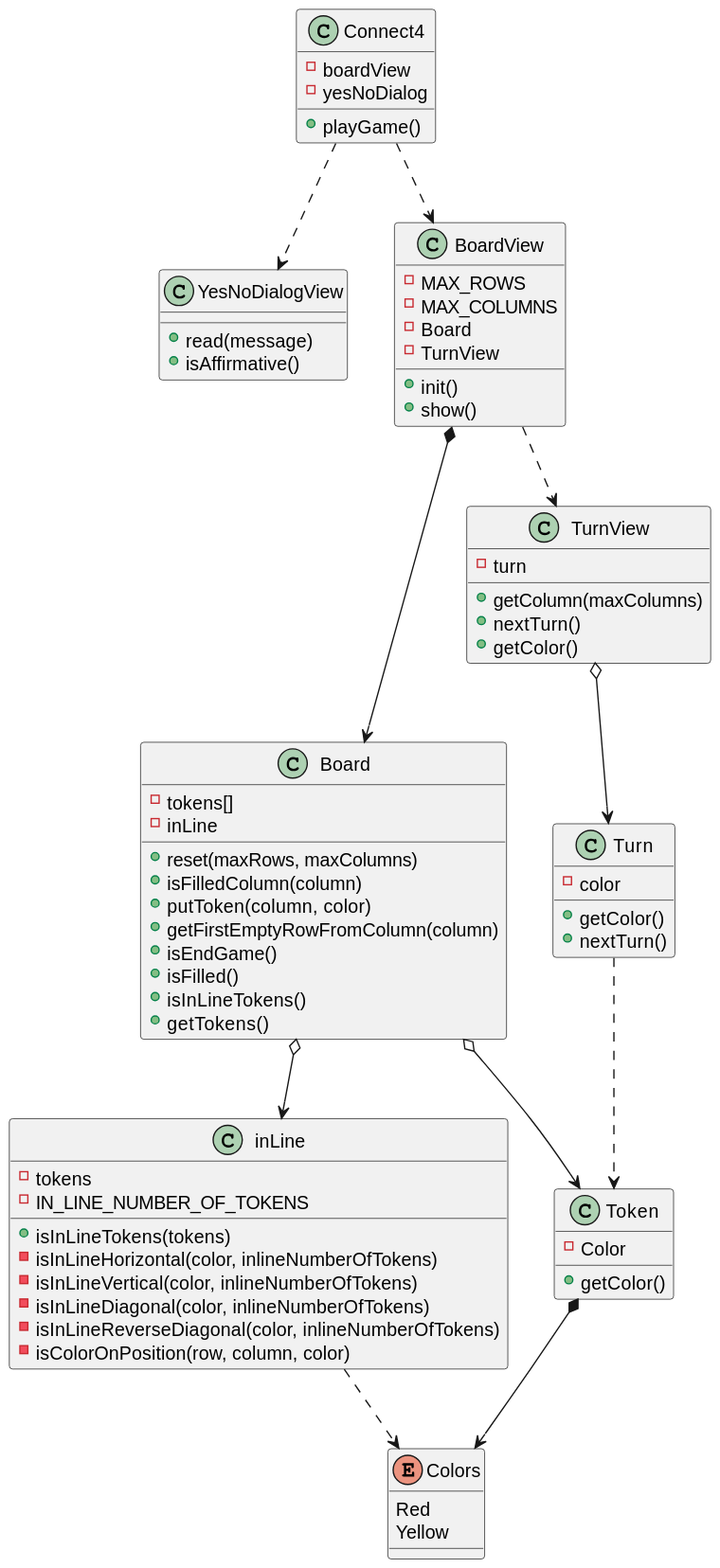
Earlier version of the PlantUML export out/UML/softwareModel/softwareModel.svg (jumpering/connect4).
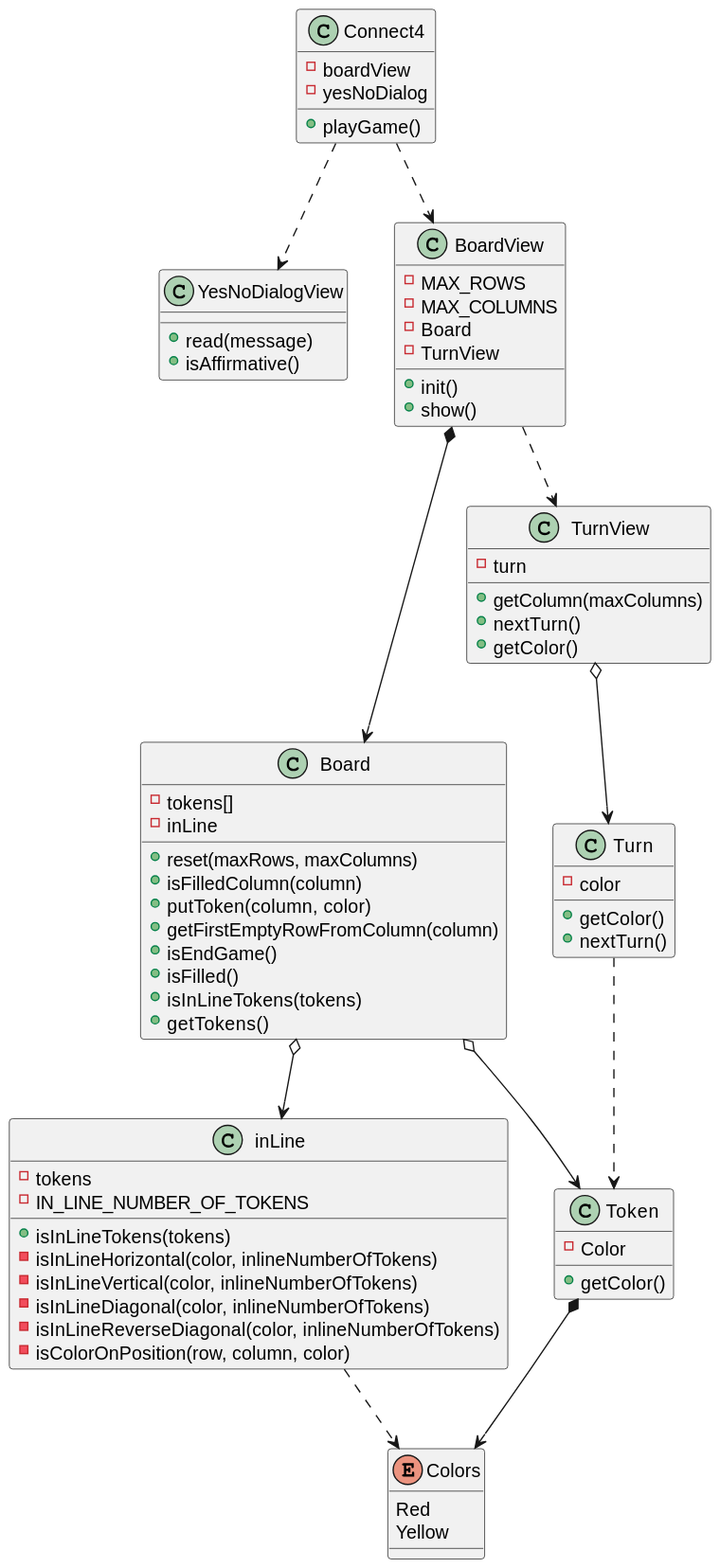
Later version of the same file.

What changed in the source:
```diff
@@ -18,7 +18,7 @@
     + getFirstEmptyRowFromColumn(column)
     + isEndGame()
     + isFilled()
-    + isInLineTokens()
+    + isInLineTokens(tokens)
     + getTokens()
 }
 class BoardView{
```
